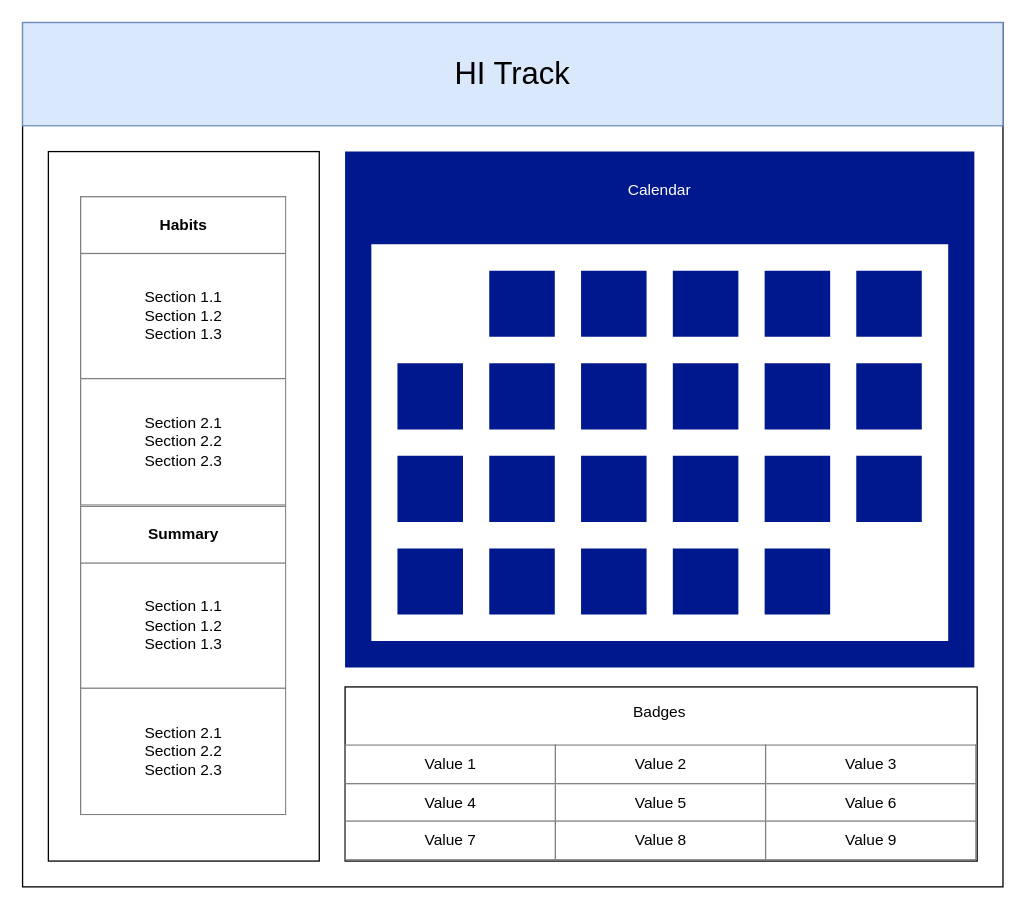
Earlier version of the draw.io diagram HI Track.drawio (HI-Team-1/HI-Track). Source tidied: cells renumbered, new cells numbered last; positions are measured from the earlier drawing's top-left corner, leaving out a move shared by most shapes. Both pictures are drawn from the tidied source at 129%, with x=0, y=0 at pixel (22, 22).
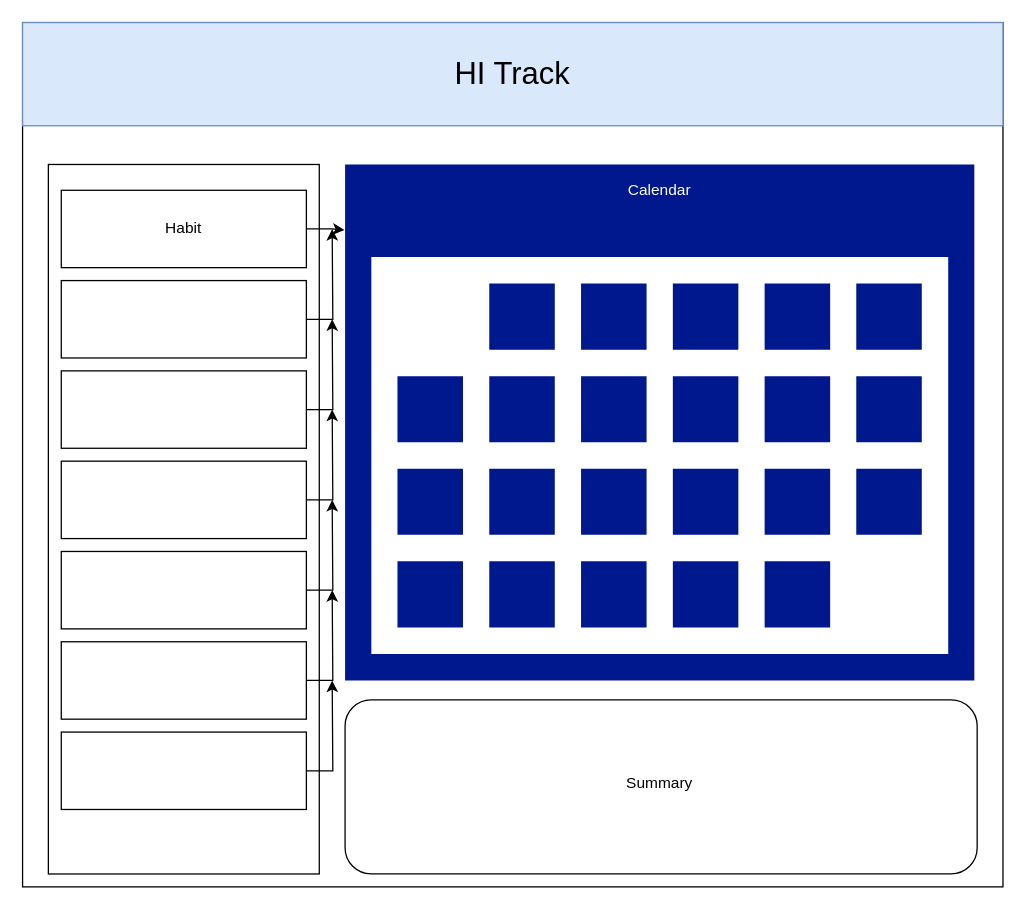
The same page after the edit.

What changed in the source:
```diff
@@
     <mxCell id="5" style="rounded=0;whiteSpace=wrap;html=1;" parent="1" vertex="1">
-      <mxGeometry x="20" y="100" width="210" height="550" as="geometry" />
+      <mxGeometry x="20" y="110" width="210" height="550" as="geometry" />
     </mxCell>
     <mxCell id="6" style="shadow=0;dashed=0;html=1;strokeColor=none;labelPosition=center;verticalLabelPosition=bottom;verticalAlign=top;align=center;fillColor=#00188D;shape=mxgraph.mscae.enterprise.calendar;" parent="1" vertex="1">
-      <mxGeometry x="250" y="100" width="487.8" height="400" as="geometry" />
+      <mxGeometry x="250" y="110" width="487.8" height="400" as="geometry" />
     </mxCell>
-    <mxCell id="7" style="rounded=0;whiteSpace=wrap;html=1;" parent="1" vertex="1">
-      <mxGeometry x="250" y="515" width="490" height="135" as="geometry" />
-    </mxCell>
@@
-    <mxCell id="9" value="&lt;table border=&quot;1&quot; width=&quot;100%&quot; cellpadding=&quot;4&quot; style=&quot;width: 100% ; height: 100% ; border-collapse: collapse&quot;&gt;&lt;tbody&gt;&lt;tr&gt;&lt;th align=&quot;center&quot;&gt;Habits&lt;/th&gt;&lt;/tr&gt;&lt;tr&gt;&lt;td align=&quot;center&quot;&gt;Section 1.1&lt;br&gt;Section 1.2&lt;br&gt;Section 1.3&lt;/td&gt;&lt;/tr&gt;&lt;tr&gt;&lt;td align=&quot;center&quot;&gt;Section 2.1&lt;br&gt;Section 2.2&lt;br&gt;Section 2.3&lt;/td&gt;&lt;/tr&gt;&lt;/tbody&gt;&lt;/table&gt;" style="text;html=1;strokeColor=none;fillColor=none;overflow=fill;" parent="1" vertex="1">
-      <mxGeometry x="45" y="135" width="160" height="240" as="geometry" />
-    </mxCell>
-    <mxCell id="10" value="&lt;table border=&quot;1&quot; width=&quot;100%&quot; cellpadding=&quot;4&quot; style=&quot;width: 100% ; height: 100% ; border-collapse: collapse&quot;&gt;&lt;tbody&gt;&lt;tr&gt;&lt;th align=&quot;center&quot;&gt;Summary&lt;/th&gt;&lt;/tr&gt;&lt;tr&gt;&lt;td align=&quot;center&quot;&gt;Section 1.1&lt;br&gt;Section 1.2&lt;br&gt;Section 1.3&lt;/td&gt;&lt;/tr&gt;&lt;tr&gt;&lt;td align=&quot;center&quot;&gt;Section 2.1&lt;br&gt;Section 2.2&lt;br&gt;Section 2.3&lt;/td&gt;&lt;/tr&gt;&lt;/tbody&gt;&lt;/table&gt;" style="text;html=1;strokeColor=none;fillColor=none;overflow=fill;" parent="1" vertex="1">
-      <mxGeometry x="45" y="375" width="160" height="240" as="geometry" />
-    </mxCell>
-    <mxCell id="11" value="&lt;table border=&quot;1&quot; width=&quot;100%&quot; height=&quot;100%&quot; style=&quot;width:100%;height:100%;border-collapse:collapse;&quot;&gt;&lt;tr&gt;&lt;td align=&quot;center&quot;&gt;Value 1&lt;/td&gt;&lt;td align=&quot;center&quot;&gt;Value 2&lt;/td&gt;&lt;td align=&quot;center&quot;&gt;Value 3&lt;/td&gt;&lt;/tr&gt;&lt;tr&gt;&lt;td align=&quot;center&quot;&gt;Value 4&lt;/td&gt;&lt;td align=&quot;center&quot;&gt;Value 5&lt;/td&gt;&lt;td align=&quot;center&quot;&gt;Value 6&lt;/td&gt;&lt;/tr&gt;&lt;tr&gt;&lt;td align=&quot;center&quot;&gt;Value 7&lt;/td&gt;&lt;td align=&quot;center&quot;&gt;Value 8&lt;/td&gt;&lt;td align=&quot;center&quot;&gt;Value 9&lt;/td&gt;&lt;/tr&gt;&lt;/table&gt;" style="text;html=1;strokeColor=none;fillColor=none;overflow=fill;" parent="1" vertex="1">
-      <mxGeometry x="250" y="560" width="490" height="90" as="geometry" />
-    </mxCell>
-    <mxCell id="12" value="Badges" style="text;html=1;strokeColor=none;fillColor=none;align=center;verticalAlign=middle;whiteSpace=wrap;rounded=0;" parent="1" vertex="1">
-      <mxGeometry x="473.9" y="525" width="40" height="20" as="geometry" />
-    </mxCell>
+    <mxCell id="13" style="edgeStyle=orthogonalEdgeStyle;rounded=0;jettySize=auto;html=1;entryX=-0.001;entryY=0.127;entryDx=0;entryDy=0;entryPerimeter=0;" parent="1" edge="1" source="14" target="6">
+      <mxGeometry relative="1" as="geometry" />
+    </mxCell>
+    <mxCell id="14" style="rounded=0;whiteSpace=wrap;html=1;" parent="1" vertex="1">
+      <mxGeometry x="30" y="130" width="190" height="60" as="geometry" />
+    </mxCell>
+    <mxCell id="15" style="edgeStyle=orthogonalEdgeStyle;rounded=0;jettySize=auto;html=1;exitX=1;exitY=0.5;exitDx=0;exitDy=0;" parent="1" edge="1" source="16">
+      <mxGeometry relative="1" as="geometry">
+        <mxPoint x="240" y="160" as="targetPoint" />
+      </mxGeometry>
+    </mxCell>
+    <mxCell id="16" style="rounded=0;whiteSpace=wrap;html=1;" parent="1" vertex="1">
+      <mxGeometry x="30" y="200" width="190" height="60" as="geometry" />
+    </mxCell>
+    <mxCell id="17" style="edgeStyle=orthogonalEdgeStyle;rounded=0;jettySize=auto;html=1;" parent="1" edge="1" source="18">
+      <mxGeometry relative="1" as="geometry">
+        <mxPoint x="240" y="230" as="targetPoint" />
+      </mxGeometry>
+    </mxCell>
+    <mxCell id="18" style="rounded=0;whiteSpace=wrap;html=1;" parent="1" vertex="1">
+      <mxGeometry x="30" y="270" width="190" height="60" as="geometry" />
+    </mxCell>
+    <mxCell id="19" style="edgeStyle=orthogonalEdgeStyle;rounded=0;jettySize=auto;html=1;" parent="1" edge="1" source="20">
+      <mxGeometry relative="1" as="geometry">
+        <mxPoint x="240" y="300" as="targetPoint" />
+      </mxGeometry>
+    </mxCell>
+    <mxCell id="20" style="rounded=0;whiteSpace=wrap;html=1;" parent="1" vertex="1">
+      <mxGeometry x="30" y="340" width="190" height="60" as="geometry" />
+    </mxCell>
+    <mxCell id="21" style="edgeStyle=orthogonalEdgeStyle;rounded=0;jettySize=auto;html=1;" parent="1" edge="1" source="22">
+      <mxGeometry relative="1" as="geometry">
+        <mxPoint x="240" y="370" as="targetPoint" />
+      </mxGeometry>
+    </mxCell>
+    <mxCell id="22" style="rounded=0;whiteSpace=wrap;html=1;" parent="1" vertex="1">
+      <mxGeometry x="30" y="410" width="190" height="60" as="geometry" />
+    </mxCell>
+    <mxCell id="23" style="edgeStyle=orthogonalEdgeStyle;rounded=0;jettySize=auto;html=1;" parent="1" edge="1" source="24">
+      <mxGeometry relative="1" as="geometry">
+        <mxPoint x="240" y="440" as="targetPoint" />
+      </mxGeometry>
+    </mxCell>
+    <mxCell id="24" style="rounded=0;whiteSpace=wrap;html=1;" parent="1" vertex="1">
+      <mxGeometry x="30" y="480" width="190" height="60" as="geometry" />
+    </mxCell>
+    <mxCell id="25" style="edgeStyle=orthogonalEdgeStyle;rounded=0;jettySize=auto;html=1;" parent="1" edge="1" source="26">
+      <mxGeometry relative="1" as="geometry">
+        <mxPoint x="240" y="510" as="targetPoint" />
+      </mxGeometry>
+    </mxCell>
+    <mxCell id="26" style="rounded=0;whiteSpace=wrap;html=1;" parent="1" vertex="1">
+      <mxGeometry x="30" y="550" width="190" height="60" as="geometry" />
+    </mxCell>
+    <mxCell id="27" value="Habit" style="text;html=1;strokeColor=none;fillColor=none;align=center;verticalAlign=middle;whiteSpace=wrap;rounded=0;" parent="1" vertex="1">
+      <mxGeometry x="105" y="150" width="40" height="20" as="geometry" />
+    </mxCell>
+    <mxCell id="28" style="rounded=1;whiteSpace=wrap;html=1;" parent="1" vertex="1">
+      <mxGeometry x="250" y="525" width="490" height="135" as="geometry" />
+    </mxCell>
+    <mxCell id="29" value="Summary" style="text;html=1;strokeColor=none;fillColor=none;align=center;verticalAlign=middle;whiteSpace=wrap;rounded=0;" parent="1" vertex="1">
+      <mxGeometry x="473.9" y="580" width="40" height="20" as="geometry" />
+    </mxCell>
```
